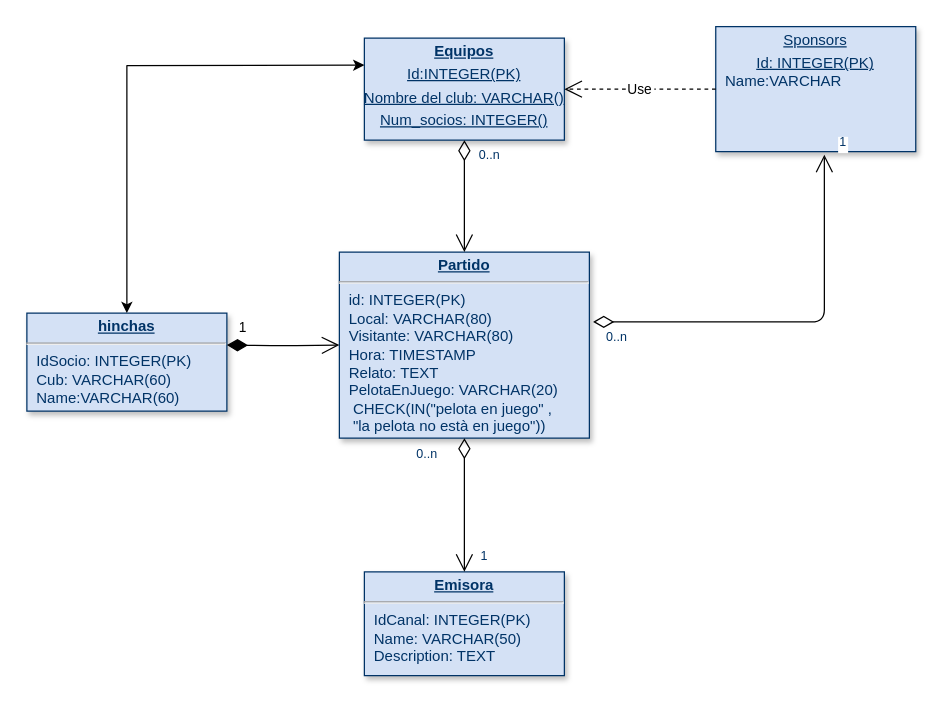
Before: Untitled Diagram.drawio in tomiivazqueznwn12/database_platzi, a draw.io diagram. Source tidied: cells renumbered, new cells numbered last; positions are measured from the earlier drawing's top-left corner, leaving out a move shared by most shapes. Both pictures are drawn from the tidied source at 125%, with x=0, y=0 at pixel (26, 26).
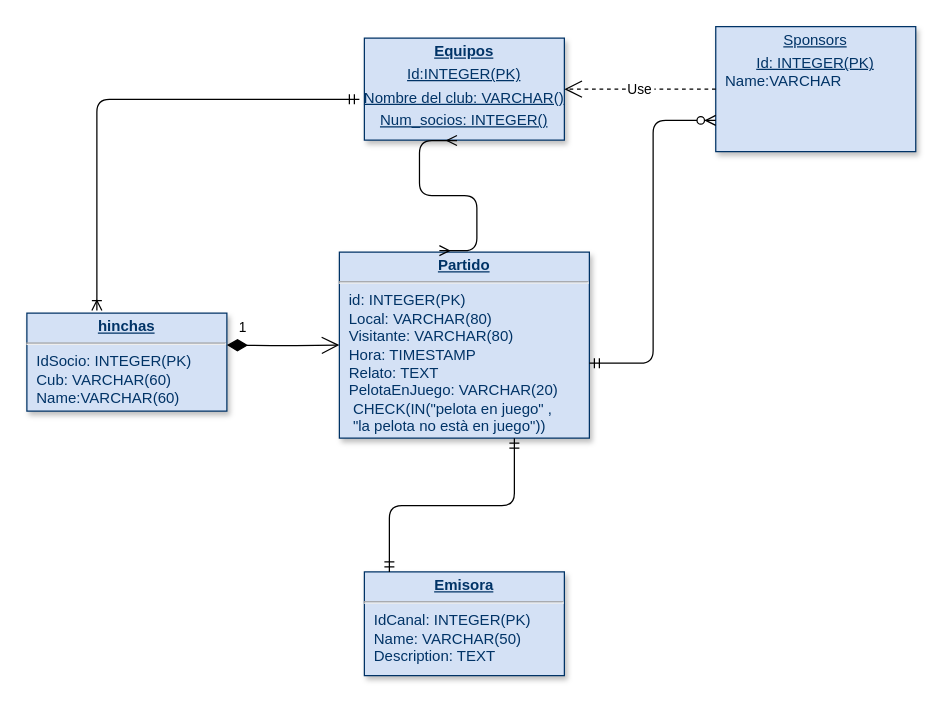
The same page after the edit.

Commit message:
todo terminado pa

The change refers to these unchanged cells:
```xml
<mxCell id="2" value="&lt;p style=&quot;margin: 0px ; margin-top: 4px ; text-align: center ; text-decoration: underline&quot;&gt;&lt;b&gt;Equipos&lt;/b&gt;&lt;/p&gt;&lt;p style=&quot;margin: 0px ; margin-top: 4px ; text-align: center ; text-decoration: underline&quot;&gt;Id:INTEGER(PK)&lt;/p&gt;&lt;p style=&quot;margin: 0px ; margin-top: 4px ; text-align: center ; text-decoration: underline&quot;&gt;Nombre del club: VARCHAR()&lt;/p&gt;&lt;p style=&quot;margin: 0px ; margin-top: 4px ; text-align: center ; text-decoration: underline&quot;&gt;Num_socios: INTEGER()&lt;/p&gt;&lt;p style=&quot;margin: 0px ; margin-top: 4px ; text-align: center ; text-decoration: underline&quot;&gt;&lt;br&gt;&lt;/p&gt;" style="verticalAlign=top;align=left;overflow=fill;fontSize=12;fontFamily=Helvetica;html=1;strokeColor=#003366;shadow=1;fillColor=#D4E1F5;fontColor=#003366;" parent="1" vertex="1">
  <mxGeometry x="270" y="9" width="160" height="81.6" as="geometry" />
</mxCell>
<mxCell id="3" value="&lt;p style=&quot;margin: 0px ; margin-top: 4px ; text-align: center ; text-decoration: underline&quot;&gt;&lt;b&gt;Partido&lt;/b&gt;&lt;/p&gt;&lt;hr&gt;&lt;p style=&quot;margin: 0px ; margin-left: 8px&quot;&gt;id: INTEGER(PK)&lt;/p&gt;&lt;p style=&quot;margin: 0px ; margin-left: 8px&quot;&gt;Local: VARCHAR(80)&lt;/p&gt;&lt;p style=&quot;margin: 0px ; margin-left: 8px&quot;&gt;Visitante: VARCHAR(80)&lt;/p&gt;&lt;p style=&quot;margin: 0px ; margin-left: 8px&quot;&gt;Hora: TIMESTAMP&lt;/p&gt;&lt;p style=&quot;margin: 0px ; margin-left: 8px&quot;&gt;Relato: TEXT&lt;/p&gt;&lt;p style=&quot;margin: 0px ; margin-left: 8px&quot;&gt;PelotaEnJuego:&amp;nbsp;&lt;span&gt;VARCHAR(20)&lt;/span&gt;&lt;/p&gt;&lt;p style=&quot;margin: 0px ; margin-left: 8px&quot;&gt;&lt;span&gt;&lt;span style=&quot;white-space: pre&quot;&gt; &lt;/span&gt;CHECK(IN(&quot;pelota en juego&quot; ,&lt;/span&gt;&lt;/p&gt;&lt;p style=&quot;margin: 0px ; margin-left: 8px&quot;&gt;&lt;span&gt;&lt;span style=&quot;white-space: pre&quot;&gt; &lt;/span&gt;&quot;la pelota no està en juego&quot;))&lt;/span&gt;&lt;/p&gt;" style="verticalAlign=top;align=left;overflow=fill;fontSize=12;fontFamily=Helvetica;html=1;strokeColor=#003366;shadow=1;fillColor=#D4E1F5;fontColor=#003366;" parent="1" vertex="1">
  <mxGeometry x="250" y="180.2" width="200" height="148.8" as="geometry" />
</mxCell>
<mxCell id="4" value="&lt;p style=&quot;margin: 0px ; margin-top: 4px ; text-align: center ; text-decoration: underline&quot;&gt;Sponsors&lt;/p&gt;&lt;p style=&quot;margin: 0px ; margin-top: 4px ; text-align: center ; text-decoration: underline&quot;&gt;&lt;span&gt;Id: INTEGER(PK)&lt;/span&gt;&lt;/p&gt;&lt;p style=&quot;margin: 0px ; margin-left: 8px&quot;&gt;Name:VARCHAR&lt;/p&gt;&lt;p style=&quot;margin: 0px ; margin-left: 8px&quot;&gt;&lt;br&gt;&lt;/p&gt;" style="verticalAlign=top;align=left;overflow=fill;fontSize=12;fontFamily=Helvetica;html=1;strokeColor=#003366;shadow=1;fillColor=#D4E1F5;fontColor=#003366;" parent="1" vertex="1">
  <mxGeometry x="551.1" y="-0.2" width="160" height="100" as="geometry" />
</mxCell>
<mxCell id="5" value="&lt;p style=&quot;margin: 0px ; margin-top: 4px ; text-align: center ; text-decoration: underline&quot;&gt;&lt;b&gt;Emisora&lt;/b&gt;&lt;/p&gt;&lt;hr&gt;&lt;p style=&quot;margin: 0px ; margin-left: 8px&quot;&gt;IdCanal: INTEGER(PK)&lt;/p&gt;&lt;p style=&quot;margin: 0px ; margin-left: 8px&quot;&gt;Name: VARCHAR(50)&lt;/p&gt;&lt;p style=&quot;margin: 0px ; margin-left: 8px&quot;&gt;Description: TEXT&lt;/p&gt;" style="verticalAlign=top;align=left;overflow=fill;fontSize=12;fontFamily=Helvetica;html=1;strokeColor=#003366;shadow=1;fillColor=#D4E1F5;fontColor=#003366;" parent="1" vertex="1">
  <mxGeometry x="270" y="436" width="160" height="83" as="geometry" />
</mxCell>
<mxCell id="6" value="&lt;p style=&quot;margin: 0px ; margin-top: 4px ; text-align: center ; text-decoration: underline&quot;&gt;&lt;b&gt;hinchas&lt;/b&gt;&lt;/p&gt;&lt;hr&gt;&lt;p style=&quot;margin: 0px ; margin-left: 8px&quot;&gt;IdSocio: INTEGER(PK)&lt;/p&gt;&lt;p style=&quot;margin: 0px ; margin-left: 8px&quot;&gt;Cub: VARCHAR(60)&lt;/p&gt;&lt;p style=&quot;margin: 0px ; margin-left: 8px&quot;&gt;Name:VARCHAR(60)&lt;/p&gt;&lt;p style=&quot;margin: 0px ; margin-left: 8px&quot;&gt;&lt;br&gt;&lt;/p&gt;" style="verticalAlign=top;align=left;overflow=fill;fontSize=12;fontFamily=Helvetica;html=1;strokeColor=#003366;shadow=1;fillColor=#D4E1F5;fontColor=#003366;" parent="1" vertex="1">
  <mxGeometry y="229" width="160" height="78.4" as="geometry" />
</mxCell>
```

What changed in the source:
```diff
@@
-    <mxCell id="7" style="endArrow=open;endSize=12;startArrow=diamondThin;startSize=14;startFill=0;edgeStyle=orthogonalEdgeStyle;" parent="1" edge="1" source="2" target="3">
-      <mxGeometry y="160" as="geometry" />
-    </mxCell>
-    <mxCell id="8" value="0..n" style="align=left;verticalAlign=top;labelBackgroundColor=#ffffff;fontSize=10;strokeColor=#003366;shadow=1;fillColor=#D4E1F5;fontColor=#003366;" parent="7" vertex="1">
-      <mxGeometry x="-1" relative="1" as="geometry">
-        <mxPoint x="10" as="offset" />
-      </mxGeometry>
-    </mxCell>
-    <mxCell id="9" style="endArrow=open;endSize=12;startArrow=diamondThin;startSize=14;startFill=0;edgeStyle=orthogonalEdgeStyle;exitX=1.015;exitY=0.375;exitDx=0;exitDy=0;exitPerimeter=0;entryX=0.543;entryY=1.024;entryDx=0;entryDy=0;entryPerimeter=0;" parent="1" edge="1" source="3" target="4">
-      <mxGeometry x="389.4" y="350" as="geometry" />
-    </mxCell>
-    <mxCell id="10" value="0..n" style="align=left;verticalAlign=top;labelBackgroundColor=#ffffff;fontSize=10;strokeColor=#003366;shadow=1;fillColor=#D4E1F5;fontColor=#003366;" parent="9" vertex="1">
-      <mxGeometry x="-1" relative="1" as="geometry">
-        <mxPoint x="8.9" as="offset" />
-      </mxGeometry>
-    </mxCell>
-    <mxCell id="11" value="1" style="align=right;verticalAlign=top;labelBackgroundColor=#ffffff;fontSize=10;strokeColor=#003366;shadow=1;fillColor=#D4E1F5;fontColor=#003366;" parent="9" vertex="1">
-      <mxGeometry x="1" relative="1" as="geometry">
-        <mxPoint x="18.9" y="-22" as="offset" />
-      </mxGeometry>
-    </mxCell>
-    <mxCell id="12" style="endArrow=open;endSize=12;startArrow=diamondThin;startSize=14;startFill=0;edgeStyle=orthogonalEdgeStyle;" parent="1" edge="1" source="3" target="5">
-      <mxGeometry x="519.4" y="200" as="geometry" />
-    </mxCell>
-    <mxCell id="13" value="0..n" style="align=left;verticalAlign=top;labelBackgroundColor=#ffffff;fontSize=10;strokeColor=#003366;shadow=1;fillColor=#D4E1F5;fontColor=#003366;" parent="12" vertex="1">
-      <mxGeometry x="-1" relative="1" as="geometry">
-        <mxPoint x="-40" as="offset" />
-      </mxGeometry>
-    </mxCell>
-    <mxCell id="14" value="1" style="align=right;verticalAlign=top;labelBackgroundColor=#ffffff;fontSize=10;strokeColor=#003366;shadow=1;fillColor=#D4E1F5;fontColor=#003366;" parent="12" vertex="1">
-      <mxGeometry x="1" relative="1" as="geometry">
-        <mxPoint x="20" y="-25" as="offset" />
-      </mxGeometry>
-    </mxCell>
@@
-    <mxCell id="17" style="endArrow=classic;html=1;" parent="1" edge="1">
-      <mxGeometry relative="1" as="geometry">
-        <mxPoint x="80" y="31" as="sourcePoint" />
-        <mxPoint x="270" y="30.6" as="targetPoint" />
-      </mxGeometry>
-    </mxCell>
-    <mxCell id="18" style="endArrow=classic;html=1;entryX=0.5;entryY=0;entryDx=0;entryDy=0;" parent="1" edge="1" target="6">
-      <mxGeometry relative="1" as="geometry">
-        <mxPoint x="80" y="30.6" as="sourcePoint" />
-      </mxGeometry>
-    </mxCell>
+    <mxCell id="19" style="edgeStyle=elbowEdgeStyle;fontSize=12;html=1;endArrow=ERzeroToMany;startArrow=ERmandOne;entryX=0;entryY=0.75;entryDx=0;entryDy=0;" parent="1" edge="1" target="4">
+      <mxGeometry relative="1" as="geometry">
+        <mxPoint x="450" y="269" as="sourcePoint" />
+      </mxGeometry>
+    </mxCell>
+    <mxCell id="20" style="edgeStyle=entityRelationEdgeStyle;fontSize=12;html=1;endArrow=ERmany;startArrow=ERmany;entryX=0.463;entryY=1.004;entryDx=0;entryDy=0;entryPerimeter=0;" parent="1" edge="1" target="2">
+      <mxGeometry relative="1" as="geometry">
+        <mxPoint x="330" y="179" as="sourcePoint" />
+      </mxGeometry>
+    </mxCell>
+    <mxCell id="21" style="fontSize=12;html=1;endArrow=ERoneToMany;startArrow=ERmandOne;exitX=-0.025;exitY=0.6;exitDx=0;exitDy=0;exitPerimeter=0;edgeStyle=elbowEdgeStyle;elbow=vertical;entryX=0.35;entryY=-0.026;entryDx=0;entryDy=0;entryPerimeter=0;" parent="1" edge="1" source="2" target="6">
+      <mxGeometry relative="1" as="geometry">
+        <Array as="points">
+          <mxPoint x="250" y="58" />
+          <mxPoint x="220" y="58" />
+          <mxPoint x="250" y="79" />
+        </Array>
+      </mxGeometry>
+    </mxCell>
+    <mxCell id="22" style="edgeStyle=elbowEdgeStyle;fontSize=12;html=1;endArrow=ERmandOne;startArrow=ERmandOne;elbow=vertical;entryX=0.7;entryY=1;entryDx=0;entryDy=0;entryPerimeter=0;" parent="1" edge="1" target="3">
+      <mxGeometry relative="1" as="geometry">
+        <mxPoint x="290" y="436" as="sourcePoint" />
+      </mxGeometry>
+    </mxCell>
```
